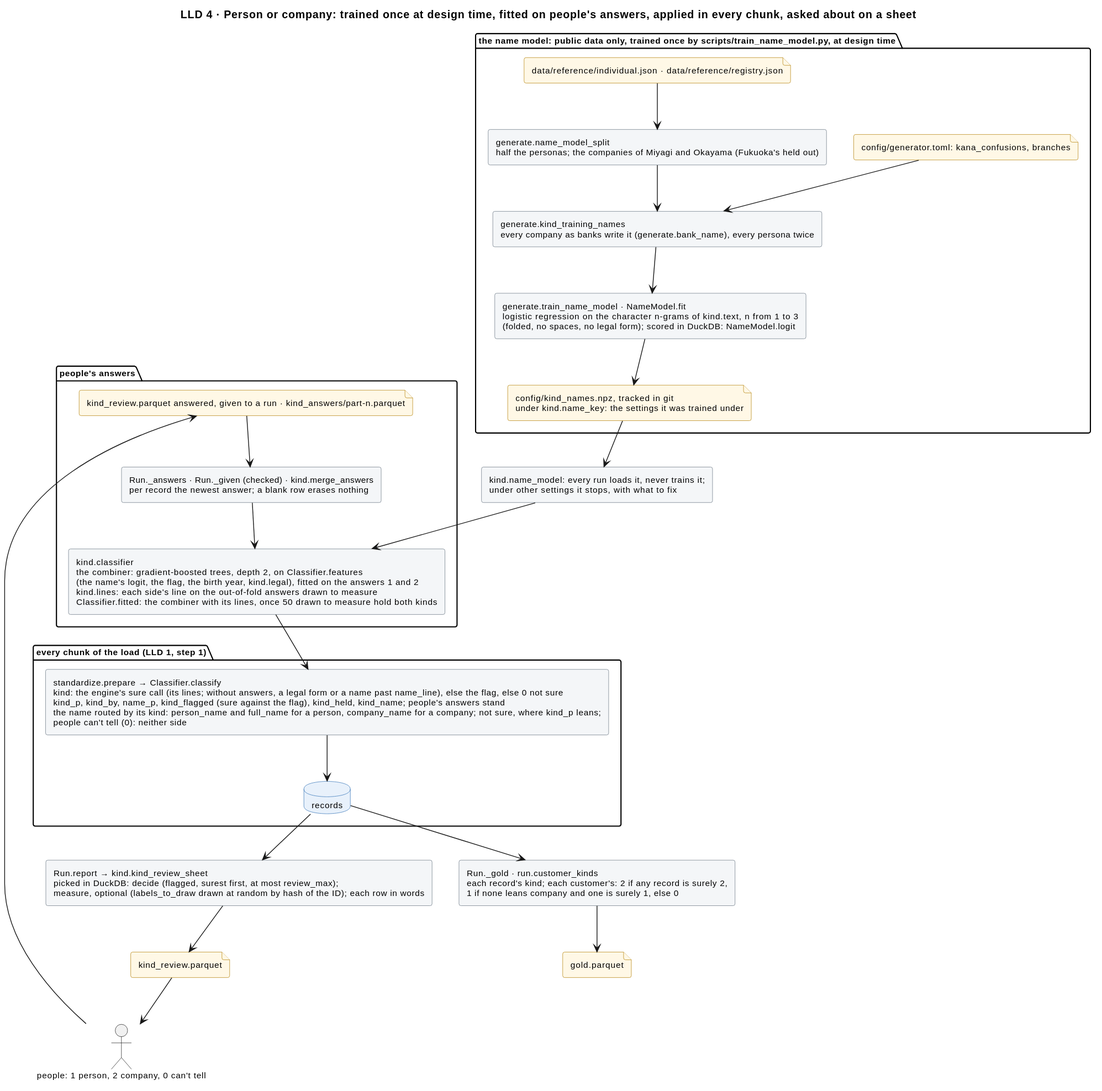
Earlier version of the PlantUML export docs/diagrams/kind.svg (mvsbm/entity_matching).
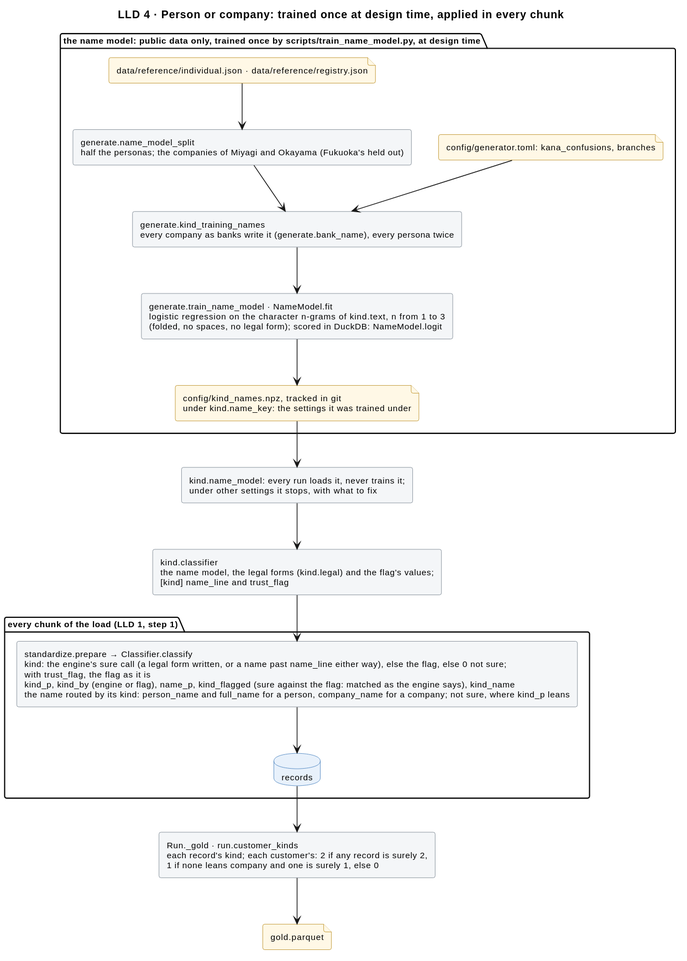
The same diagram one commit later.

Change to the diagram source:
```diff
@@ -1,5 +1,5 @@
 @startuml
-title LLD 4 · Person or company: trained once at design time, fitted on people's answers, applied in every chunk, asked about on a sheet
+title LLD 4 · Person or company: trained once at design time, applied in every chunk
 skinparam defaultFontSize 11
 skinparam rectangle {
   BackgroundColor #F4F6F8
@@ -24,22 +24,15 @@
 }
 rectangle "kind.name_model: every run loads it, never trains it;\nunder other settings it stops, with what to fix" as load
 
-package "people's answers" {
-  file "kind_review.parquet answered, given to a run · kind_answers/part-n.parquet" as f_answers
-  rectangle "Run._answers · Run._given (checked) · kind.merge_answers\nper record the newest answer; a blank row erases nothing" as merge
-  rectangle "kind.classifier\nthe combiner: gradient-boosted trees, depth 2, on Classifier.features\n(the name's logit, the flag, the birth year, kind.legal), fitted on the answers 1 and 2\nkind.lines: each side's line on the out-of-fold answers drawn to measure\nClassifier.fitted: the combiner with its lines, once 50 drawn to measure hold both kinds" as fit
-}
+rectangle "kind.classifier\nthe name model, the legal forms (kind.legal) and the flag's values;\n[kind] name_line and trust_flag" as fit
 
 package "every chunk of the load (LLD 1, step 1)" {
-  rectangle "standardize.prepare → Classifier.classify\nkind: the engine's sure call (its lines; without answers, a legal form or a name past name_line), else the flag, else 0 not sure\nkind_p, kind_by, name_p, kind_flagged (sure against the flag), kind_held, kind_name; people's answers stand\nthe name routed by its kind: person_name and full_name for a person, company_name for a company; not sure, where kind_p leans;\npeople can't tell (0): neither side" as classify
+  rectangle "standardize.prepare → Classifier.classify\nkind: the engine's sure call (a legal form written, or a name past name_line either way), else the flag, else 0 not sure;\nwith trust_flag, the flag as it is\nkind_p, kind_by (engine or flag), name_p, kind_flagged (sure against the flag: matched as the engine says), kind_name\nthe name routed by its kind: person_name and full_name for a person, company_name for a company; not sure, where kind_p leans" as classify
   database "records" as records
 }
 
 rectangle "Run._gold · run.customer_kinds\neach record's kind; each customer's: 2 if any record is surely 2,\n1 if none leans company and one is surely 1, else 0" as gold
 file "gold.parquet" as f_gold
-rectangle "Run.report → kind.kind_review_sheet\npicked in DuckDB: decide (flagged, surest first, at most review_max);\nmeasure, optional (labels_to_draw drawn at random by hash of the ID); each row in words" as sheet
-file "kind_review.parquet" as f_sheet
-actor "people: 1 person, 2 company, 0 can't tell" as people
 
 f_ref --> split
 split --> names
@@ -48,14 +41,8 @@
 model --> f_cache
 f_cache --> load
 load --> fit
-f_answers --> merge
-merge --> fit
 fit --> classify
 classify --> records
 records --> gold
 gold --> f_gold
-records --> sheet
-sheet --> f_sheet
-f_sheet --> people
-people --> f_answers
 @enduml
```
